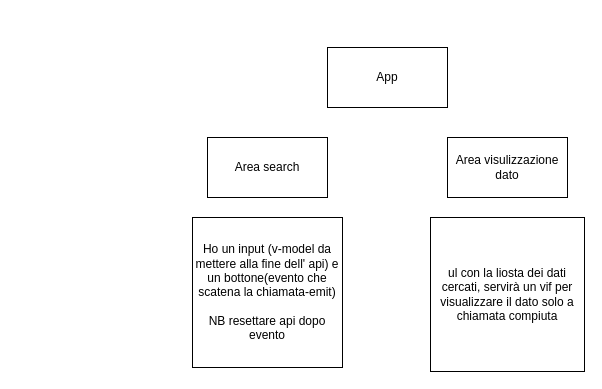
Earlier version of the draw.io diagram diagram-template.drawio (CaldatoLuca/vite-boolflix). Source tidied: cells renumbered, new cells numbered last; positions are measured from the earlier drawing's top-left corner, leaving out a move shared by most shapes. Both pictures are drawn from the tidied source at 100%, with x=0, y=0 at pixel (192, 47).
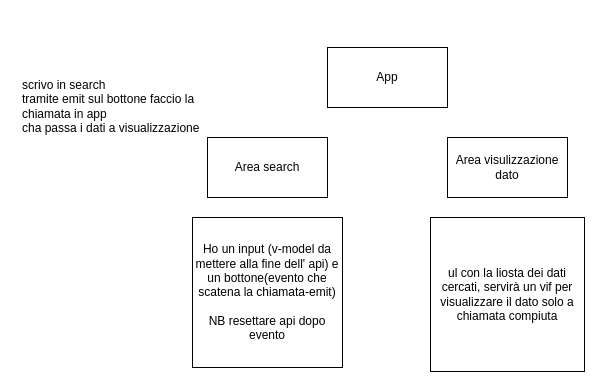
After the change.

Commit message:
processo logico

The edit, as a diff of the source:
```diff
@@
 <mxGraphModel>
   <root>
     <mxCell id="0" />
     <mxCell id="1" parent="0" />
     <mxCell id="2" value="App" style="rounded=0;whiteSpace=wrap;html=1;" parent="1" vertex="1">
       <mxGeometry x="135" width="120" height="60" as="geometry" />
     </mxCell>
     <mxCell id="3" value="Area search" style="rounded=0;whiteSpace=wrap;html=1;" parent="1" vertex="1">
       <mxGeometry x="15" y="90" width="120" height="60" as="geometry" />
     </mxCell>
     <mxCell id="4" value="Area visulizzazione dato" style="rounded=0;whiteSpace=wrap;html=1;" parent="1" vertex="1">
       <mxGeometry x="255" y="90" width="120" height="60" as="geometry" />
     </mxCell>
     <mxCell id="5" value="Ho un input (v-model da mettere alla fine dell' api) e un bottone(evento che scatena la chiamata-emit)&lt;br&gt;&lt;br&gt;NB resettare api dopo evento" style="whiteSpace=wrap;html=1;" parent="1" vertex="1">
       <mxGeometry y="170" width="150" height="150" as="geometry" />
     </mxCell>
     <mxCell id="6" value="ul con la liosta dei dati cercati, servirà un vif per visualizzare il dato solo a chiamata compiuta" style="whiteSpace=wrap;html=1;" parent="1" vertex="1">
       <mxGeometry x="238" y="170" width="154" height="154" as="geometry" />
     </mxCell>
+    <mxCell id="7" value="&lt;h1&gt;&lt;br&gt;&lt;/h1&gt;&lt;div&gt;scrivo in search&lt;/div&gt;&lt;div&gt;tramite emit sul bottone faccio la chiamata in app&lt;/div&gt;&lt;div&gt;cha passa i dati a visualizzazione&lt;/div&gt;" style="text;html=1;strokeColor=none;fillColor=none;spacing=5;spacingTop=-20;whiteSpace=wrap;overflow=hidden;rounded=0;" parent="1" vertex="1">
+      <mxGeometry x="-175" y="-20" width="190" height="120" as="geometry" />
+    </mxCell>
   </root>
 </mxGraphModel>
```
